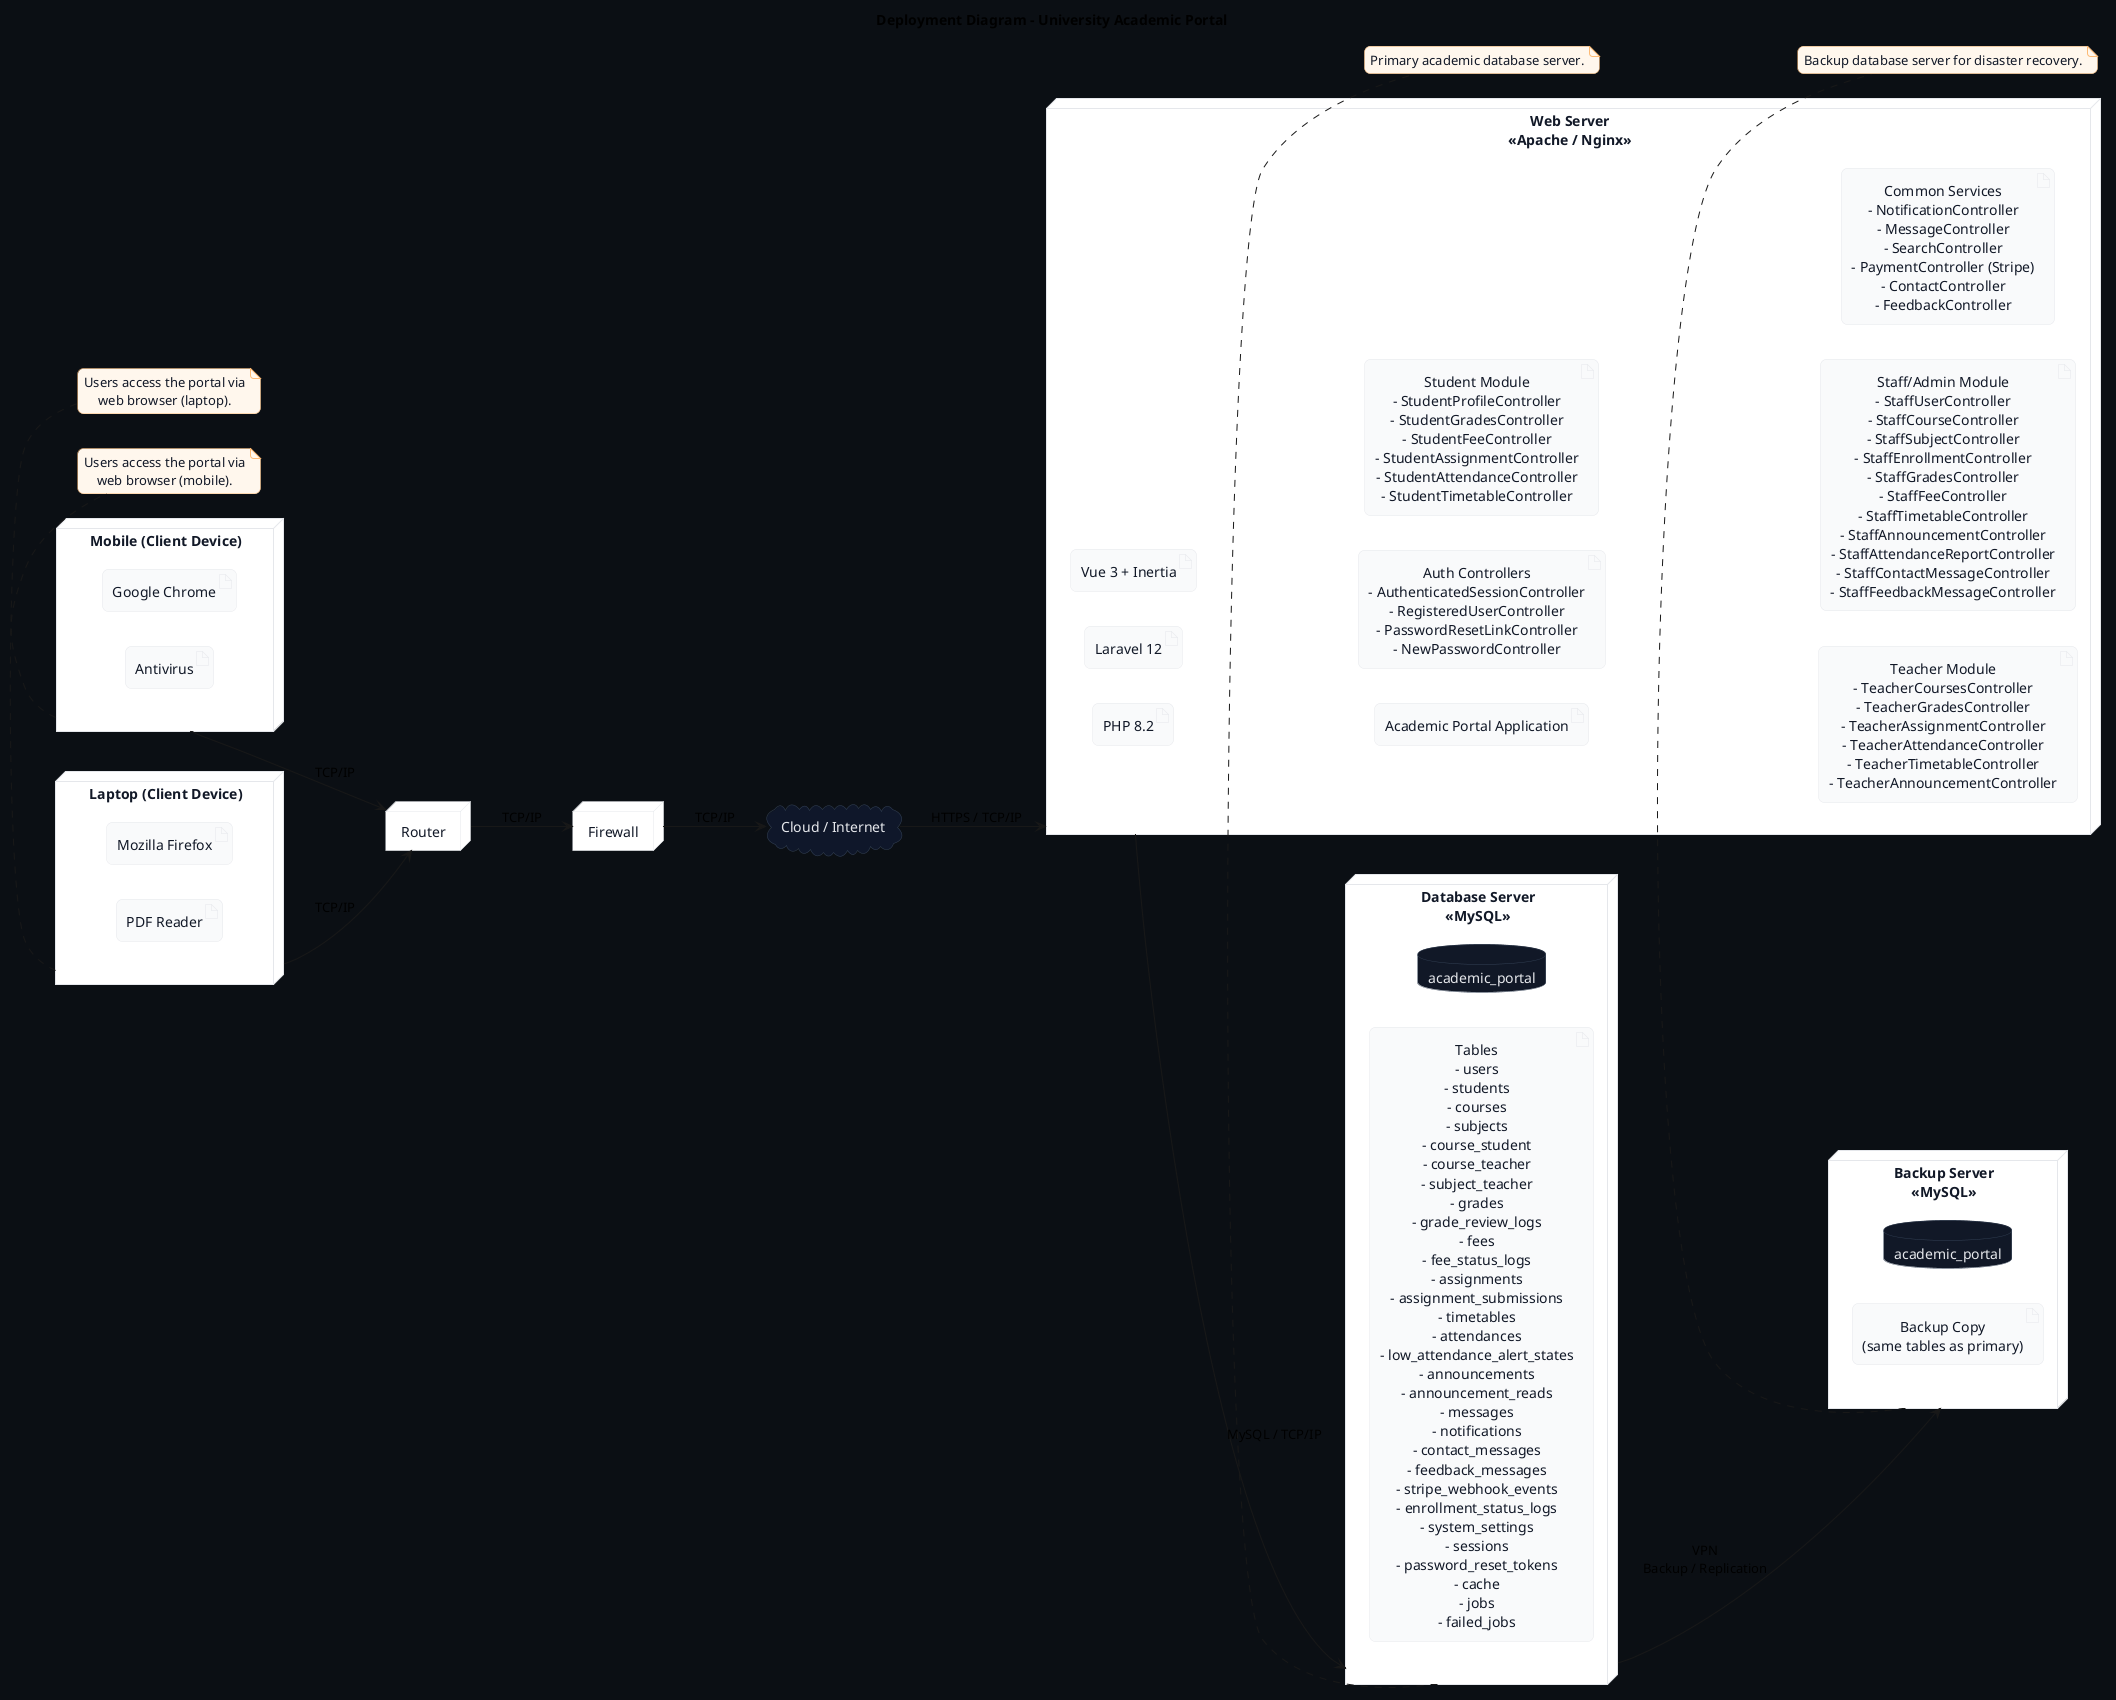
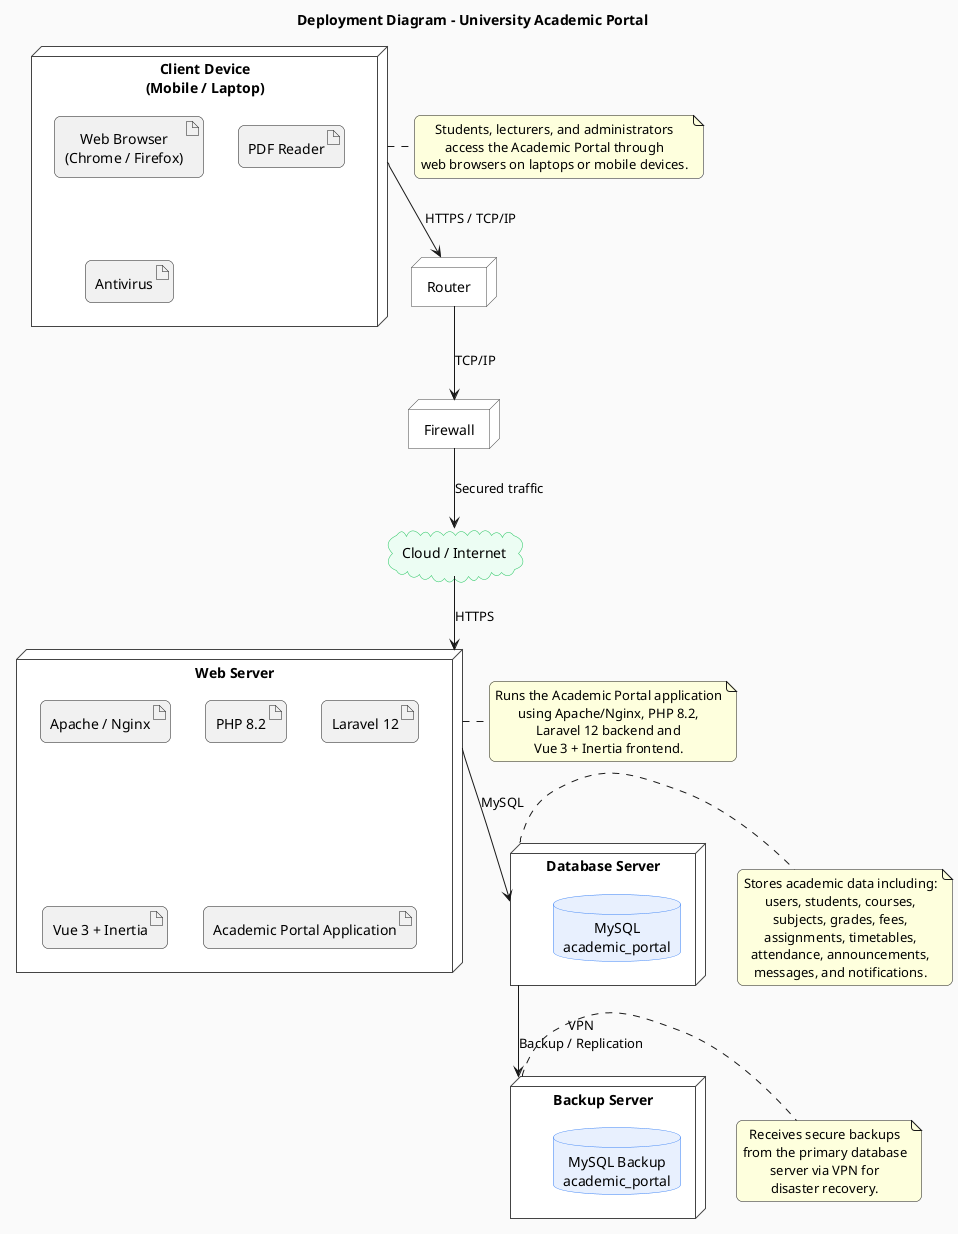
- @startuml AcademicPortal_Deployment
+ @startuml
title Deployment Diagram - University Academic Portal
- left to right direction
+ top to bottom direction

skinparam shadowing false
skinparam roundcorner 12
skinparam defaultTextAlignment center
skinparam componentStyle rectangle
- skinparam backgroundColor #0B0F14
+ skinparam backgroundColor #FAFAFA

skinparam node {
-   BackgroundColor #FFFFFF
-   BorderColor #E5E7EB
-   FontColor #111827
+   BackgroundColor white
+   BorderColor #444444
+ }
+ 
+ skinparam database {
+   BackgroundColor #E8F0FE
+   BorderColor #3B82F6
}

skinparam cloud {
-   BackgroundColor #0F172A
-   BorderColor #334155
-   FontColor #E5E7EB
+   BackgroundColor #ECFDF3
+   BorderColor #22C55E
}

- skinparam database {
-   BackgroundColor #111827
-   BorderColor #334155
-   FontColor #E5E7EB
- }
- 
- skinparam artifact {
-   BackgroundColor #F9FAFB
-   BorderColor #E5E7EB
-   FontColor #111827
- }
- 
- skinparam note {
-   BackgroundColor #FFF7ED
-   BorderColor #FDBA74
-   FontColor #111827
- }
- 
- ' ========== CLIENTS ==========
- node "Mobile (Client Device)" as Mobile {
-   artifact "Google Chrome"
-   artifact "Antivirus"
- }
- 
- node "Laptop (Client Device)" as Laptop {
-   artifact "Mozilla Firefox"
-   artifact "Google Chrome"
+ node "Client Device\n(Mobile / Laptop)" as Client {
+   artifact "Web Browser\n(Chrome / Firefox)"
  artifact "PDF Reader"
  artifact "Antivirus"
}

- ' ========== NETWORK ==========
node "Router" as Router
node "Firewall" as Firewall
cloud "Cloud / Internet" as Internet

- ' ========== APPLICATION SERVER ==========
- node "Web Server\n<<Apache / Nginx>>" as WebServer {
+ node "Web Server" as WebServer {
+   artifact "Apache / Nginx"
  artifact "PHP 8.2"
  artifact "Laravel 12"
  artifact "Vue 3 + Inertia"
  artifact "Academic Portal Application"
- 
-   artifact "Auth Controllers\n- AuthenticatedSessionController\n- RegisteredUserController\n- PasswordResetLinkController\n- NewPasswordController"
- 
-   artifact "Student Module\n- StudentProfileController\n- StudentGradesController\n- StudentFeeController\n- StudentAssignmentController\n- StudentAttendanceController\n- StudentTimetableController"
- 
-   artifact "Teacher Module\n- TeacherCoursesController\n- TeacherGradesController\n- TeacherAssignmentController\n- TeacherAttendanceController\n- TeacherTimetableController\n- TeacherAnnouncementController"
- 
-   artifact "Staff/Admin Module\n- StaffUserController\n- StaffCourseController\n- StaffSubjectController\n- StaffEnrollmentController\n- StaffGradesController\n- StaffFeeController\n- StaffTimetableController\n- StaffAnnouncementController\n- StaffAttendanceReportController\n- StaffContactMessageController\n- StaffFeedbackMessageController"
- 
-   artifact "Common Services\n- NotificationController\n- MessageController\n- SearchController\n- PaymentController (Stripe)\n- ContactController\n- FeedbackController"
}

- ' ========== DATABASE SERVERS ==========
- node "Database Server\n<<MySQL>>" as DBServer {
-   database "academic_portal" as PrimaryDB
-   artifact "Tables\n- users\n- students\n- courses\n- subjects\n- course_student\n- course_teacher\n- subject_teacher\n- grades\n- grade_review_logs\n- fees\n- fee_status_logs\n- assignments\n- assignment_submissions\n- timetables\n- attendances\n- low_attendance_alert_states\n- announcements\n- announcement_reads\n- messages\n- notifications\n- contact_messages\n- feedback_messages\n- stripe_webhook_events\n- enrollment_status_logs\n- system_settings\n- sessions\n- password_reset_tokens\n- cache\n- jobs\n- failed_jobs"
+ together {
+   node "Database Server" as DBServer {
+     database "MySQL\nacademic_portal"
+   }
+ 
+   node "Backup Server" as BackupServer {
+     database "MySQL Backup\nacademic_portal"
+   }
}

- node "Backup Server\n<<MySQL>>" as BackupServer {
-   database "academic_portal" as BackupDB
-   artifact "Backup Copy\n(same tables as primary)"
- }
+ Client --> Router : HTTPS / TCP/IP
+ Router --> Firewall : TCP/IP
+ Firewall --> Internet : Secured traffic
+ Internet --> WebServer : HTTPS

- ' ========== CONNECTIONS ==========
- Mobile --> Router : TCP/IP
- Laptop --> Router : TCP/IP
- Router --> Firewall : TCP/IP
- Firewall --> Internet : TCP/IP
- Internet --> WebServer : HTTPS / TCP/IP
- WebServer --> DBServer : MySQL / TCP/IP
+ WebServer --> DBServer : MySQL
DBServer --> BackupServer : VPN\nBackup / Replication

- ' ========== NOTES ==========
- note bottom of Mobile
- Users access the portal via
- web browser (mobile).
+ note right of Client
+ Students, lecturers, and administrators
+ access the Academic Portal through
+ web browsers on laptops or mobile devices.
end note

- note bottom of Laptop
- Users access the portal via
- web browser (laptop).
+ note right of WebServer
+ Runs the Academic Portal application
+ using Apache/Nginx, PHP 8.2,
+ Laravel 12 backend and
+ Vue 3 + Inertia frontend.
end note

- note bottom of DBServer
- Primary academic database server.
+ note right of DBServer
+ Stores academic data including:
+ users, students, courses,
+ subjects, grades, fees,
+ assignments, timetables,
+ attendance, announcements,
+ messages, and notifications.
end note

- note bottom of BackupServer
- Backup database server for disaster recovery.
+ note right of BackupServer
+ Receives secure backups
+ from the primary database
+ server via VPN for
+ disaster recovery.
end note
- 
@enduml